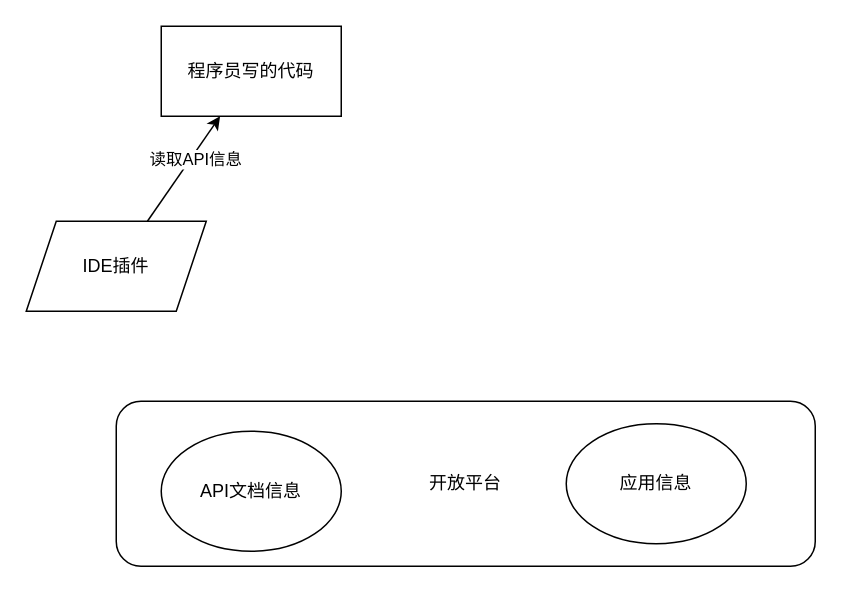
This is 开放平台数据流图.drawio from laowang-cloud/diagrams, a draw.io file, before an edit. Source tidied: cells renumbered, new cells numbered last; positions are measured from the earlier drawing's top-left corner, leaving out a move shared by most shapes. Both pictures are drawn from the tidied source at 150%, with x=0, y=0 at pixel (26, 26).
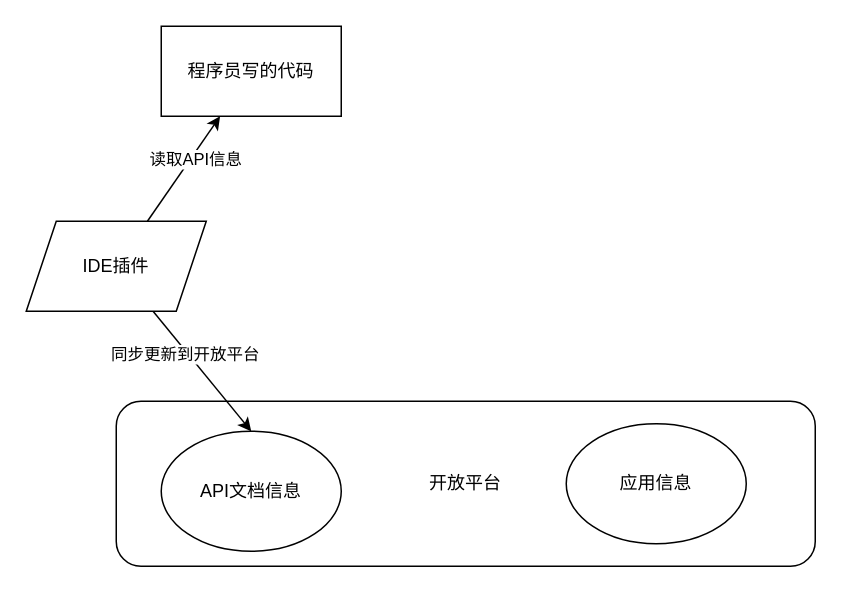
The same diagram, later.

Commit message (it also covers changes not shown here):
更新开放平台数据流图.drawio

Change to the diagram source:
```diff
@@
 <mxGraphModel>
   <root>
     <mxCell id="0" />
     <mxCell id="1" parent="0" />
     <mxCell id="2" value="开放平台" style="rounded=1;whiteSpace=wrap;html=1;" parent="1" vertex="1">
       <mxGeometry x="60" y="250" width="466" height="110" as="geometry" />
     </mxCell>
     <mxCell id="3" value="程序员写的代码" style="rounded=0;whiteSpace=wrap;html=1;" parent="1" vertex="1">
       <mxGeometry x="90" width="120" height="60" as="geometry" />
     </mxCell>
     <mxCell id="4" value="API文档信息" style="ellipse;whiteSpace=wrap;html=1;" parent="1" vertex="1">
       <mxGeometry x="90" y="270" width="120" height="80" as="geometry" />
     </mxCell>
     <mxCell id="5" value="应用信息" style="ellipse;whiteSpace=wrap;html=1;" parent="1" vertex="1">
       <mxGeometry x="360" y="265" width="120" height="80" as="geometry" />
     </mxCell>
     <mxCell id="6" style="rounded=0;jettySize=auto;html=1;" parent="1" edge="1" source="8" target="3">
       <mxGeometry relative="1" as="geometry" />
     </mxCell>
     <mxCell id="7" value="读取API信息" style="edgeLabel;html=1;align=center;verticalAlign=middle;" parent="6" vertex="1">
       <mxGeometry x="0.23" y="-2" relative="1" as="geometry" />
     </mxCell>
+    <mxCell id="9" style="edgeStyle=none;rounded=0;jettySize=auto;html=1;entryX=0.5;entryY=0;entryDx=0;entryDy=0;" parent="1" edge="1" source="8" target="4">
+      <mxGeometry relative="1" as="geometry" />
+    </mxCell>
+    <mxCell id="10" value="同步更新到开放平台" style="edgeLabel;html=1;align=center;verticalAlign=middle;" parent="9" vertex="1">
+      <mxGeometry x="-0.32" y="-3" relative="1" as="geometry">
+        <mxPoint x="1" as="offset" />
+      </mxGeometry>
+    </mxCell>
     <mxCell id="8" value="IDE插件" style="shape=parallelogram;perimeter=parallelogramPerimeter;whiteSpace=wrap;html=1;fixedSize=1;" parent="1" vertex="1">
       <mxGeometry y="130" width="120" height="60" as="geometry" />
     </mxCell>
   </root>
 </mxGraphModel>
```
